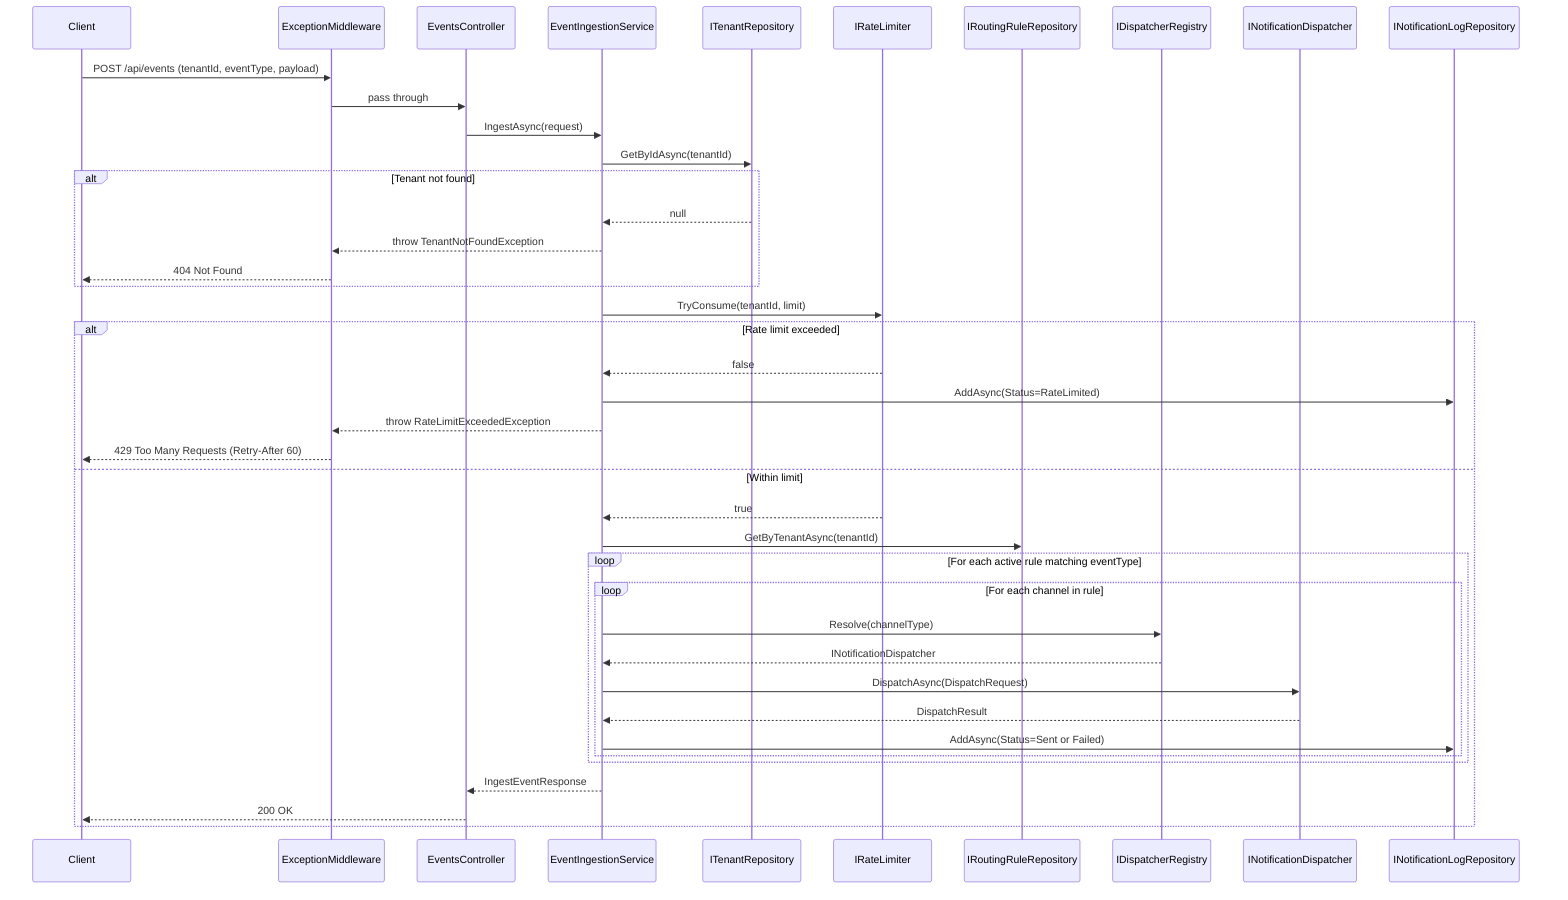
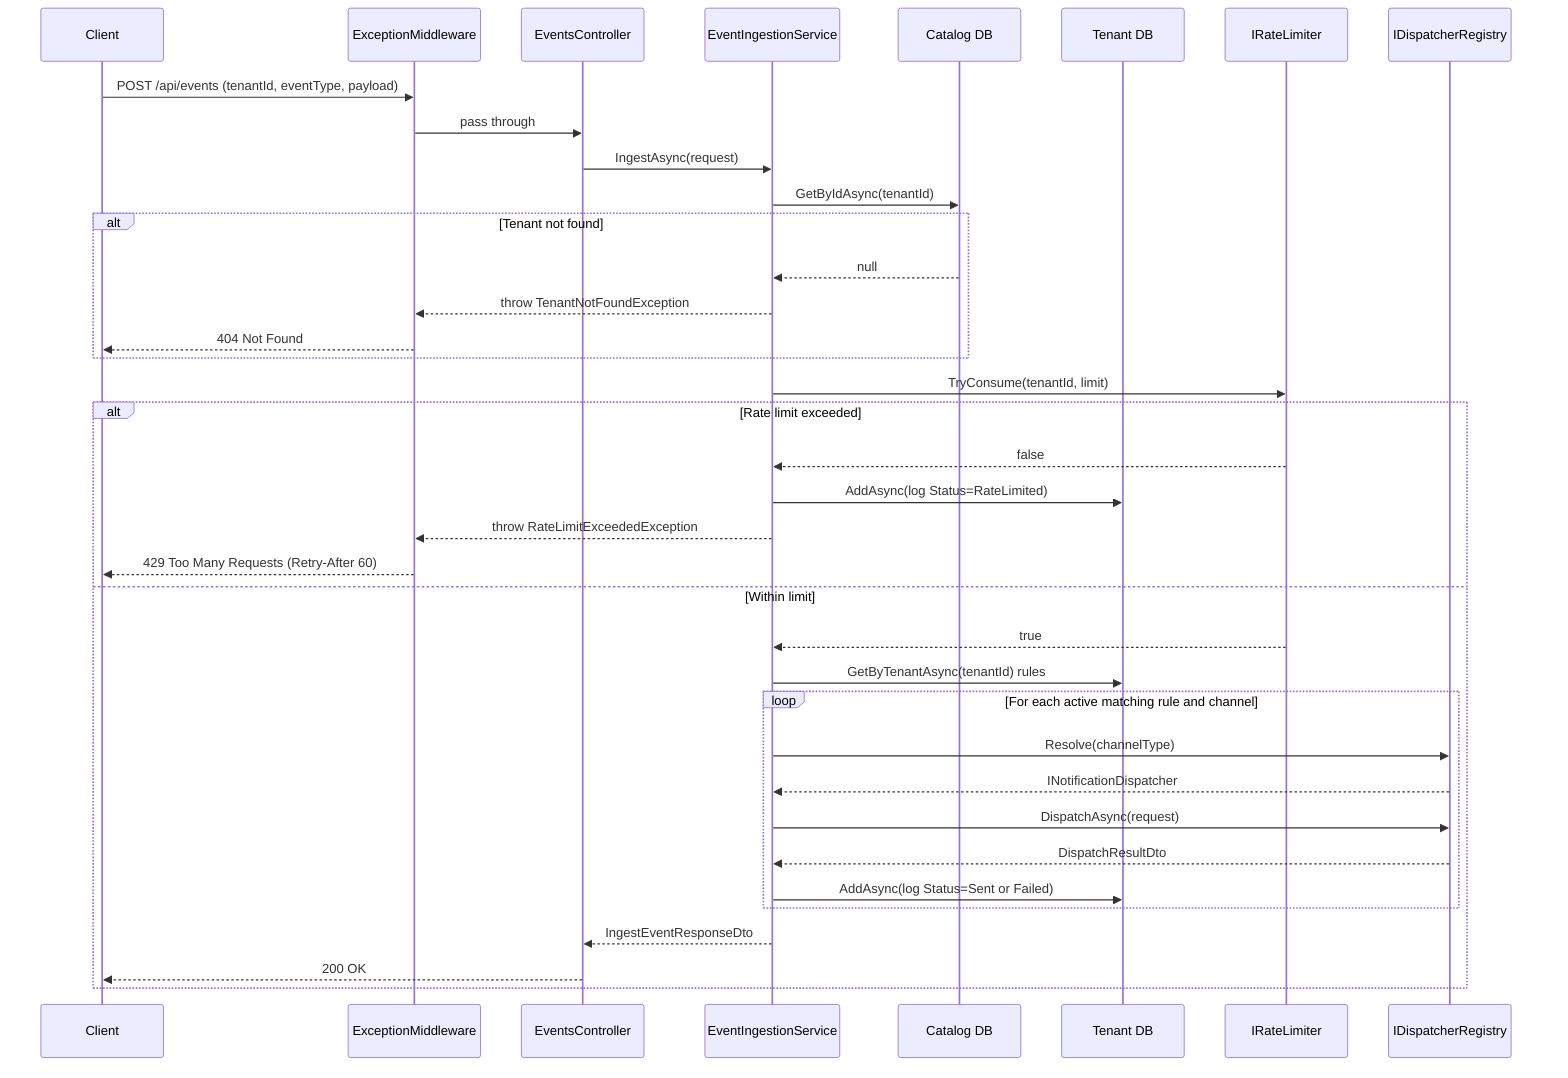
sequenceDiagram
    participant Client
    participant ExceptionMiddleware
    participant EventsController
    participant EventIngestionService
-     participant ITenantRepository
+     participant CatalogDB as Catalog DB
+     participant TenantDB as Tenant DB
    participant IRateLimiter
-     participant IRoutingRuleRepository
    participant IDispatcherRegistry
-     participant INotificationDispatcher
-     participant INotificationLogRepository

    Client->>ExceptionMiddleware: POST /api/events (tenantId, eventType, payload)
    ExceptionMiddleware->>EventsController: pass through
    EventsController->>EventIngestionService: IngestAsync(request)
-     EventIngestionService->>ITenantRepository: GetByIdAsync(tenantId)
+ 
+     EventIngestionService->>CatalogDB: GetByIdAsync(tenantId)
    alt Tenant not found
-         ITenantRepository-->>EventIngestionService: null
+         CatalogDB-->>EventIngestionService: null
        EventIngestionService-->>ExceptionMiddleware: throw TenantNotFoundException
        ExceptionMiddleware-->>Client: 404 Not Found
    end
+ 
    EventIngestionService->>IRateLimiter: TryConsume(tenantId, limit)
    alt Rate limit exceeded
        IRateLimiter-->>EventIngestionService: false
-         EventIngestionService->>INotificationLogRepository: AddAsync(Status=RateLimited)
+         EventIngestionService->>TenantDB: AddAsync(log Status=RateLimited)
        EventIngestionService-->>ExceptionMiddleware: throw RateLimitExceededException
        ExceptionMiddleware-->>Client: 429 Too Many Requests (Retry-After 60)
    else Within limit
        IRateLimiter-->>EventIngestionService: true
-         EventIngestionService->>IRoutingRuleRepository: GetByTenantAsync(tenantId)
-         loop For each active rule matching eventType
-             loop For each channel in rule
-                 EventIngestionService->>IDispatcherRegistry: Resolve(channelType)
-                 IDispatcherRegistry-->>EventIngestionService: INotificationDispatcher
-                 EventIngestionService->>INotificationDispatcher: DispatchAsync(DispatchRequest)
-                 INotificationDispatcher-->>EventIngestionService: DispatchResult
-                 EventIngestionService->>INotificationLogRepository: AddAsync(Status=Sent or Failed)
-             end
+         EventIngestionService->>TenantDB: GetByTenantAsync(tenantId) rules
+         loop For each active matching rule and channel
+             EventIngestionService->>IDispatcherRegistry: Resolve(channelType)
+             IDispatcherRegistry-->>EventIngestionService: INotificationDispatcher
+             EventIngestionService->>IDispatcherRegistry: DispatchAsync(request)
+             IDispatcherRegistry-->>EventIngestionService: DispatchResultDto
+             EventIngestionService->>TenantDB: AddAsync(log Status=Sent or Failed)
        end
-         EventIngestionService-->>EventsController: IngestEventResponse
+         EventIngestionService-->>EventsController: IngestEventResponseDto
        EventsController-->>Client: 200 OK
    end
